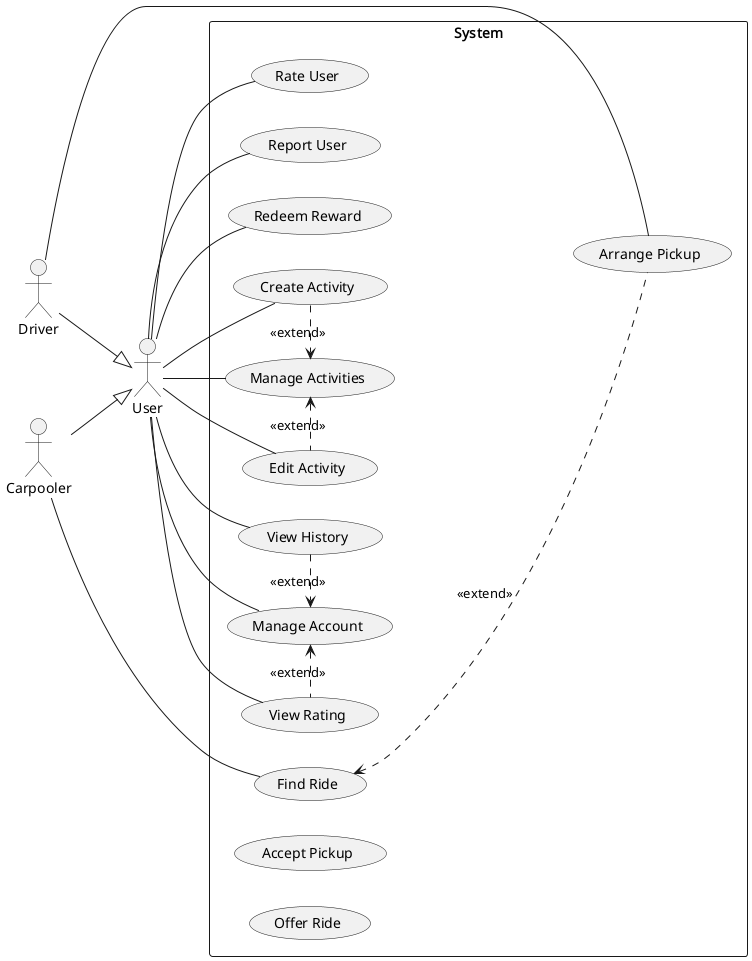
YannisRavasopoulos/ProjectSD_S6 keeps this PlantUML diagram as images/uml/use-cases.png. Above is the earlier version.
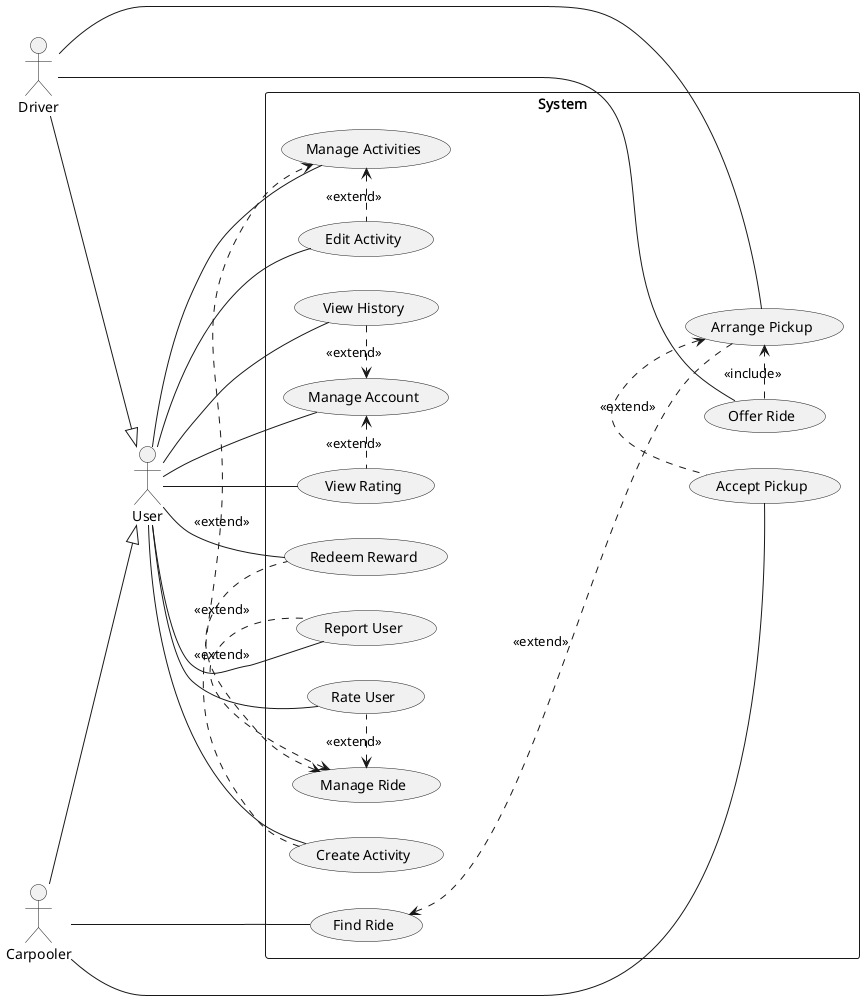
Above is the later version.

Change to the diagram source:
```diff
@@ -26,6 +26,8 @@
     usecase "Arrange Pickup"
     usecase "Accept Pickup"
     usecase "Offer Ride"
+
+    usecase "Manage Ride"
 }
 
 "User" -- "Manage Activities"
@@ -41,7 +43,9 @@
 "User" -- "Redeem Reward"
 
 "Carpooler" -- "Find Ride"
+"Carpooler" -- "Accept Pickup"
 "Driver" -- "Arrange Pickup"
+"Driver" -- "Offer Ride"
 
 "Find Ride" <.-- "Arrange Pickup": "<<extend>>"
 
@@ -51,4 +55,12 @@
 "Manage Account" <.-left- "View History": "<<extend>>"
 "Manage Account" <.-right- "View Rating": "<<extend>>"
 
+"Arrange Pickup" <. "Accept Pickup": "<<extend>>"
+
+"Offer Ride" .> "Arrange Pickup": "<<include>>"
+
+"Manage Ride" <. "Redeem Reward": "<<extend>>"
+"Manage Ride" <. "Report User": "<<extend>>"
+"Manage Ride" <. "Rate User": "<<extend>>"
+
 @enduml
```
